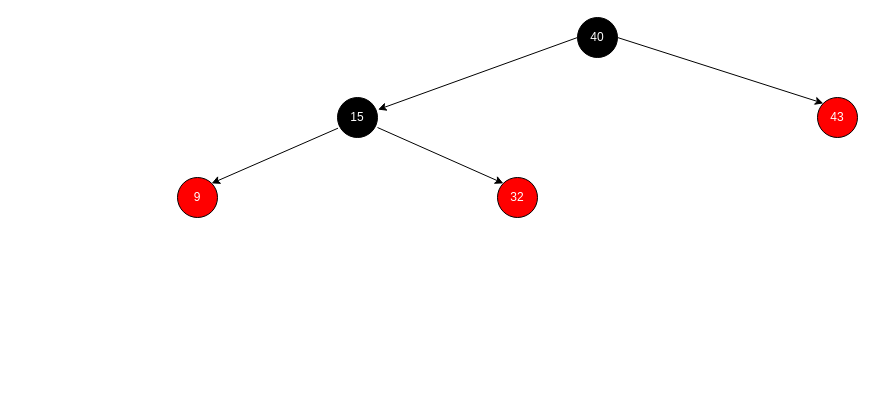
Earlier version of the draw.io diagram Untitled Diagram.drawio (semihhdemirel/semihhdemirel). Source tidied: cells renumbered, new cells numbered last; positions are measured from the earlier drawing's top-left corner, leaving out a move shared by most shapes. Both pictures are drawn from the tidied source at 100%, with x=0, y=0 at pixel (177, 17).
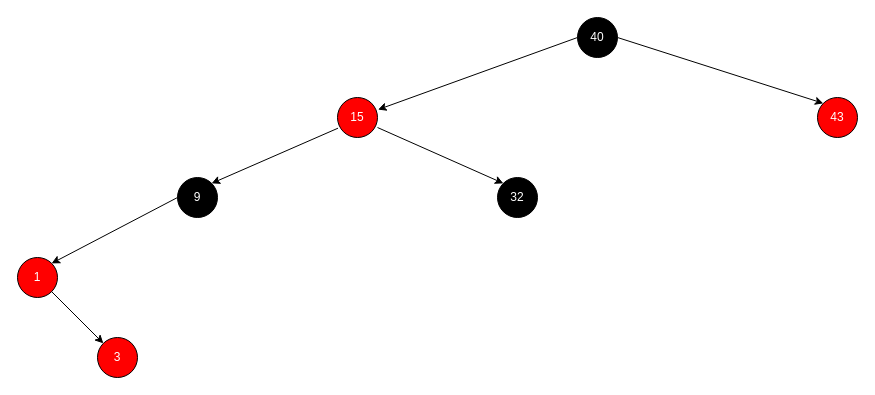
The same diagram, later.

The edit, as a diff of the source:
```diff
@@
 <mxGraphModel>
   <root>
     <mxCell id="0" />
     <mxCell id="1" parent="0" />
     <mxCell id="2" value="&lt;font color=&quot;#ffffff&quot;&gt;40&lt;/font&gt;" style="ellipse;whiteSpace=wrap;html=1;fillColor=#000000;" parent="1" vertex="1">
       <mxGeometry x="400" width="40" height="40" as="geometry" />
     </mxCell>
-    <mxCell id="3" value="&lt;font color=&quot;#ffffff&quot;&gt;15&lt;/font&gt;" style="ellipse;whiteSpace=wrap;html=1;fillColor=#000000;" parent="1" vertex="1">
+    <mxCell id="3" value="&lt;font color=&quot;#ffffff&quot;&gt;15&lt;/font&gt;" style="ellipse;whiteSpace=wrap;html=1;fillColor=#FF0000;" parent="1" vertex="1">
       <mxGeometry x="160" y="80" width="40" height="40" as="geometry" />
     </mxCell>
     <mxCell id="4" style="endArrow=classic;html=1;rounded=0;entryX=1.014;entryY=0.303;entryDx=0;entryDy=0;entryPerimeter=0;exitX=0;exitY=0.5;exitDx=0;exitDy=0;" parent="1" edge="1" source="2" target="3">
       <mxGeometry relative="1" as="geometry" />
     </mxCell>
-    <mxCell id="5" value="&lt;font color=&quot;#ffffff&quot;&gt;9&lt;/font&gt;" style="ellipse;whiteSpace=wrap;html=1;fillColor=#FF0000;" parent="1" vertex="1">
+    <mxCell id="5" value="&lt;font color=&quot;#ffffff&quot;&gt;9&lt;/font&gt;" style="ellipse;whiteSpace=wrap;html=1;fillColor=#000000;" parent="1" vertex="1">
       <mxGeometry y="160" width="40" height="40" as="geometry" />
     </mxCell>
     <mxCell id="6" style="endArrow=classic;html=1;rounded=0;entryX=1;entryY=0;entryDx=0;entryDy=0;exitX=0.013;exitY=0.767;exitDx=0;exitDy=0;exitPerimeter=0;" parent="1" edge="1" source="3" target="5">
       <mxGeometry relative="1" as="geometry" />
     </mxCell>
     <mxCell id="7" value="&lt;font color=&quot;#ffffff&quot;&gt;43&lt;/font&gt;" style="ellipse;whiteSpace=wrap;html=1;fillColor=#FF0000;" parent="1" vertex="1">
       <mxGeometry x="640" y="80" width="40" height="40" as="geometry" />
     </mxCell>
     <mxCell id="8" style="endArrow=classic;html=1;rounded=0;exitX=1;exitY=0.5;exitDx=0;exitDy=0;entryX=0;entryY=0;entryDx=0;entryDy=0;" parent="1" edge="1" source="2" target="7">
       <mxGeometry relative="1" as="geometry" />
     </mxCell>
-    <mxCell id="9" value="&lt;font color=&quot;#ffffff&quot;&gt;32&lt;/font&gt;" style="ellipse;whiteSpace=wrap;html=1;fillColor=#FF0000;" parent="1" vertex="1">
+    <mxCell id="9" value="&lt;font color=&quot;#ffffff&quot;&gt;32&lt;/font&gt;" style="ellipse;whiteSpace=wrap;html=1;fillColor=#000000;" parent="1" vertex="1">
       <mxGeometry x="320" y="160" width="40" height="40" as="geometry" />
     </mxCell>
     <mxCell id="10" style="endArrow=classic;html=1;rounded=0;exitX=1;exitY=0.75;exitDx=0;exitDy=0;entryX=0;entryY=0;entryDx=0;entryDy=0;exitPerimeter=0;" parent="1" edge="1" source="3" target="9">
       <mxGeometry relative="1" as="geometry" />
     </mxCell>
+    <mxCell id="11" value="&lt;font color=&quot;#ffffff&quot;&gt;1&lt;/font&gt;" style="ellipse;whiteSpace=wrap;html=1;fillColor=#FF0000;" parent="1" vertex="1">
+      <mxGeometry x="-160" y="240" width="40" height="40" as="geometry" />
+    </mxCell>
+    <mxCell id="12" style="endArrow=classic;html=1;rounded=0;entryX=1;entryY=0.5;entryDx=0;entryDy=0;exitX=0;exitY=1;exitDx=0;exitDy=0;" parent="1" edge="1">
+      <mxGeometry relative="1" as="geometry">
+        <mxPoint y="180" as="sourcePoint" />
+        <mxPoint x="-125.9" y="245.9" as="targetPoint" />
+      </mxGeometry>
+    </mxCell>
+    <mxCell id="13" value="&lt;font color=&quot;#ffffff&quot;&gt;3&lt;/font&gt;" style="ellipse;whiteSpace=wrap;html=1;fillColor=#FF0000;" parent="1" vertex="1">
+      <mxGeometry x="-80" y="320" width="40" height="40" as="geometry" />
+    </mxCell>
+    <mxCell id="14" style="endArrow=classic;html=1;rounded=0;exitX=1;exitY=1;exitDx=0;exitDy=0;entryX=0;entryY=0;entryDx=0;entryDy=0;" parent="1" edge="1" source="11" target="13">
+      <mxGeometry relative="1" as="geometry" />
+    </mxCell>
   </root>
 </mxGraphModel>
```
